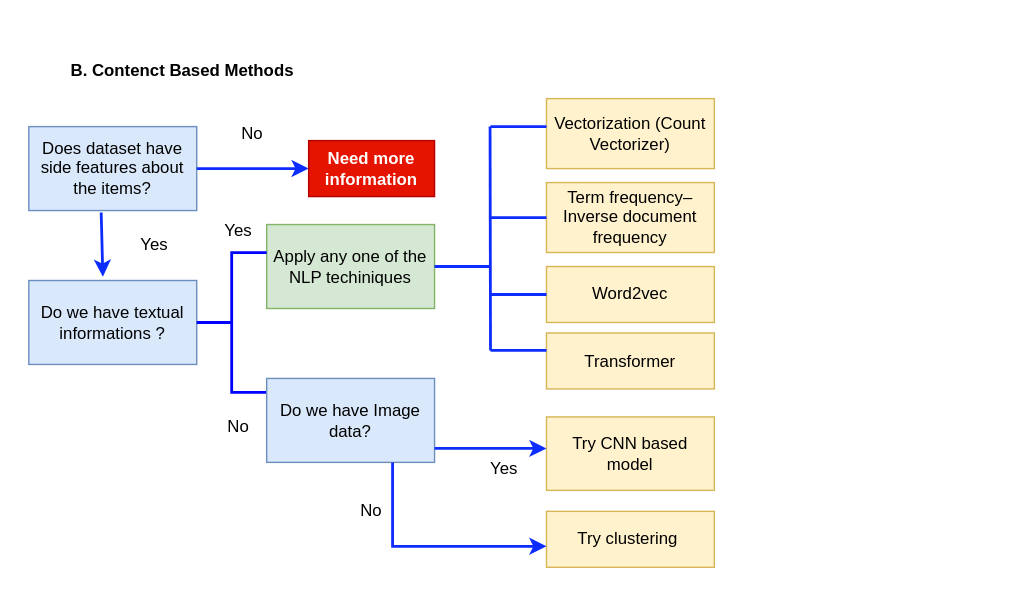
Before: images/contant based method.svg, a diagram exported from draw.io (csekankan/MTP-Recommender). Source tidied: cells renumbered, new cells last; positions are measured from the earlier drawing's top-left corner, leaving out a move shared by most shapes.
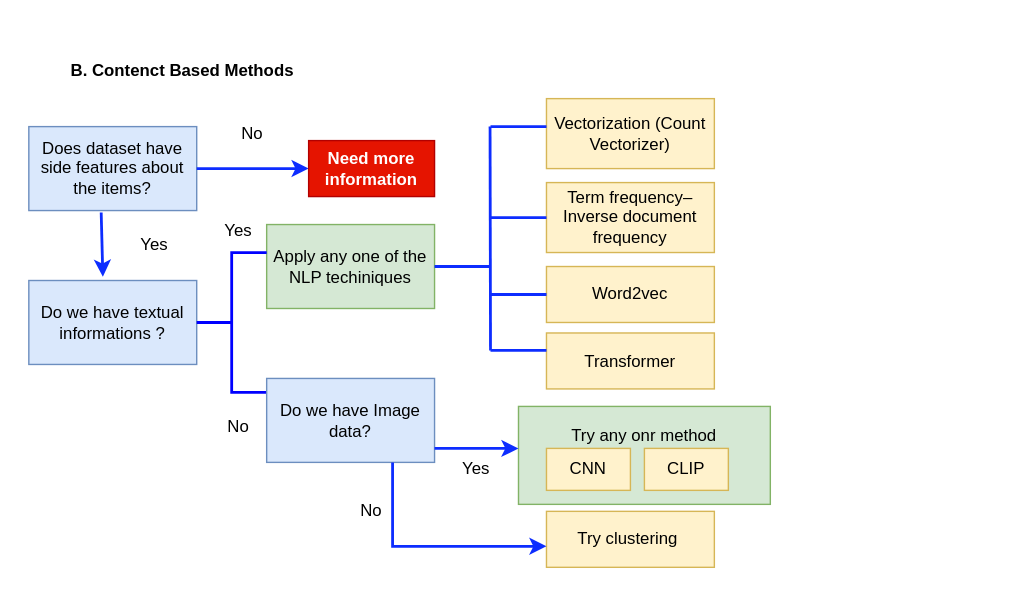
Above is the later version.

Change to the diagram source:
```diff
@@ -87,8 +87,8 @@
     <mxCell id="25" value="No" style="text;html=1;strokeColor=none;fillColor=none;align=center;verticalAlign=middle;whiteSpace=wrap;rounded=0;fontSize=12;" parent="1" vertex="1">
       <mxGeometry x="140" y="290" width="60" height="30" as="geometry" />
     </mxCell>
-    <mxCell id="26" value="Try CNN based model" style="rounded=0;whiteSpace=wrap;html=1;fontSize=12;strokeColor=#d6b656;fillColor=#fff2cc;" parent="1" vertex="1">
-      <mxGeometry x="390" y="297.5" width="120" height="52.5" as="geometry" />
+    <mxCell id="26" value="Try any onr method&lt;br&gt;&lt;br&gt;&lt;br&gt;" style="rounded=0;whiteSpace=wrap;html=1;fontSize=12;strokeColor=#82b366;fillColor=#d5e8d4;" parent="1" vertex="1">
+      <mxGeometry x="370" y="290" width="180" height="70" as="geometry" />
     </mxCell>
     <mxCell id="27" style="endArrow=classic;html=1;rounded=0;strokeColor=#0D2DFF;strokeWidth=2;entryX=1;entryY=0;entryDx=0;entryDy=0;" parent="1" edge="1" target="28">
       <mxGeometry relative="1" as="geometry">
@@ -96,7 +96,7 @@
       </mxGeometry>
     </mxCell>
     <mxCell id="28" value="Yes" style="text;html=1;strokeColor=none;fillColor=none;align=center;verticalAlign=middle;whiteSpace=wrap;rounded=0;" parent="1" vertex="1">
-      <mxGeometry x="330" y="320" width="60" height="30" as="geometry" />
+      <mxGeometry x="310" y="320" width="60" height="30" as="geometry" />
     </mxCell>
     <mxCell id="29" style="endArrow=none;html=1;rounded=0;strokeColor=#0D2DFF;strokeWidth=2;fontSize=22;" parent="1" edge="1">
       <mxGeometry relative="1" as="geometry">
@@ -113,5 +113,11 @@
         <mxPoint x="390" y="250" as="targetPoint" />
       </mxGeometry>
     </mxCell>
+    <mxCell id="32" value="CNN" style="rounded=0;whiteSpace=wrap;html=1;fillColor=#fff2cc;strokeColor=#d6b656;" parent="1" vertex="1">
+      <mxGeometry x="390" y="320" width="60" height="30" as="geometry" />
+    </mxCell>
+    <mxCell id="33" value="CLIP" style="rounded=0;whiteSpace=wrap;html=1;fillColor=#fff2cc;strokeColor=#d6b656;" parent="1" vertex="1">
+      <mxGeometry x="460" y="320" width="60" height="30" as="geometry" />
+    </mxCell>
   </root>
 </mxGraphModel>
```
